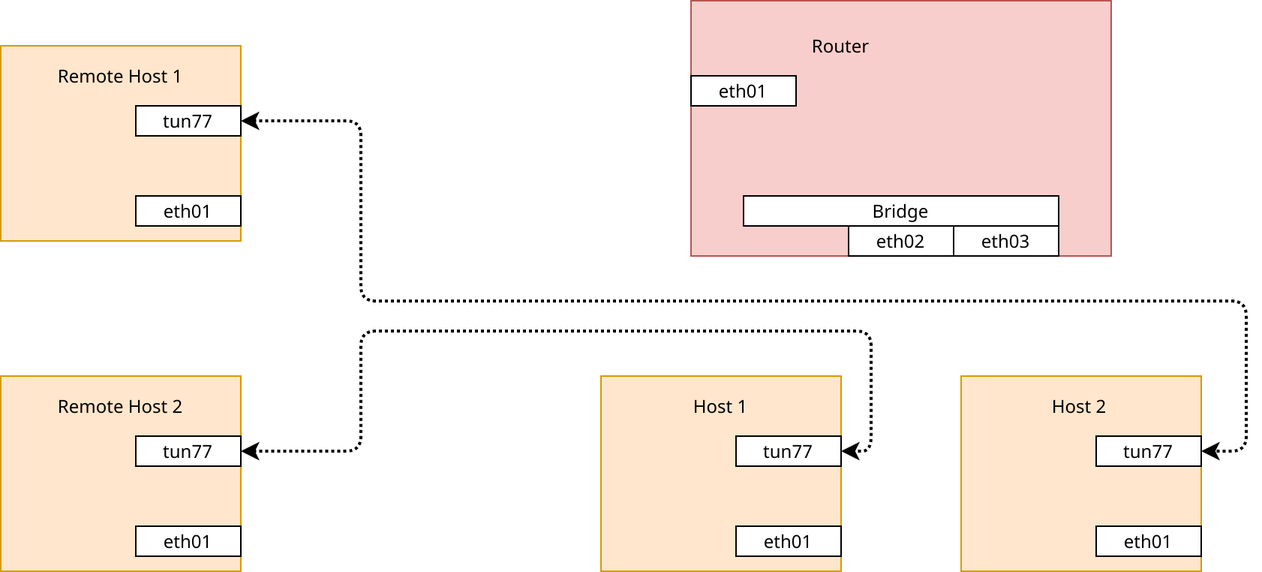
Earlier version of the draw.io export latex/tun_virtual.png (lucaswzyk/pres_tun_tap). Source tidied: cells renumbered, new cells last; positions are measured from the earlier drawing's top-left corner, leaving out a move shared by most shapes. Source of this version:
```xml
<mxGraphModel>
  <root>
    <mxCell id="0" />
    <mxCell id="1" parent="0" />
    <mxCell id="2" style="rounded=0;whiteSpace=wrap;html=1;fillColor=#f8cecc;strokeColor=#b85450;" parent="1" vertex="1">
      <mxGeometry x="460" width="280" height="170" as="geometry" />
    </mxCell>
    <mxCell id="3" value="Router" style="text;html=1;strokeColor=none;fillColor=none;align=center;verticalAlign=middle;whiteSpace=wrap;rounded=0;" parent="1" vertex="1">
      <mxGeometry x="520" y="20" width="80" height="20" as="geometry" />
    </mxCell>
    <mxCell id="4" value="eth02" style="rounded=0;whiteSpace=wrap;html=1;" parent="1" vertex="1">
      <mxGeometry x="565" y="150" width="70" height="20" as="geometry" />
    </mxCell>
    <mxCell id="5" value="Bridge" style="rounded=0;whiteSpace=wrap;html=1;" parent="1" vertex="1">
      <mxGeometry x="495" y="130" width="210" height="20" as="geometry" />
    </mxCell>
    <mxCell id="6" value="eth01" style="rounded=0;whiteSpace=wrap;html=1;" parent="1" vertex="1">
      <mxGeometry x="460" y="50" width="70" height="20" as="geometry" />
    </mxCell>
    <mxCell id="7" style="rounded=0;whiteSpace=wrap;html=1;fillColor=#ffe6cc;strokeColor=#d79b00;" parent="1" vertex="1">
      <mxGeometry y="30" width="160" height="130" as="geometry" />
    </mxCell>
    <mxCell id="8" value="Remote Host 1" style="text;html=1;strokeColor=none;fillColor=none;align=center;verticalAlign=middle;whiteSpace=wrap;rounded=0;" parent="1" vertex="1">
      <mxGeometry x="30" y="40" width="100" height="20" as="geometry" />
    </mxCell>
    <mxCell id="9" value="tun77" style="rounded=0;whiteSpace=wrap;html=1;" parent="1" vertex="1">
      <mxGeometry x="90" y="70" width="70" height="20" as="geometry" />
    </mxCell>
    <mxCell id="10" value="eth01" style="rounded=0;whiteSpace=wrap;html=1;" parent="1" vertex="1">
      <mxGeometry x="90" y="130" width="70" height="20" as="geometry" />
    </mxCell>
    <mxCell id="11" style="rounded=0;whiteSpace=wrap;html=1;fillColor=#ffe6cc;strokeColor=#d79b00;" parent="1" vertex="1">
      <mxGeometry y="250" width="160" height="130" as="geometry" />
    </mxCell>
    <mxCell id="12" value="Remote Host 2" style="text;html=1;strokeColor=none;fillColor=none;align=center;verticalAlign=middle;whiteSpace=wrap;rounded=0;" parent="1" vertex="1">
      <mxGeometry x="35" y="260" width="90" height="20" as="geometry" />
    </mxCell>
    <mxCell id="13" value="tun77" style="rounded=0;whiteSpace=wrap;html=1;" parent="1" vertex="1">
      <mxGeometry x="90" y="290" width="70" height="20" as="geometry" />
    </mxCell>
    <mxCell id="14" value="eth01" style="rounded=0;whiteSpace=wrap;html=1;" parent="1" vertex="1">
      <mxGeometry x="90" y="350" width="70" height="20" as="geometry" />
    </mxCell>
    <mxCell id="15" style="rounded=0;whiteSpace=wrap;html=1;fillColor=#ffe6cc;strokeColor=#d79b00;" parent="1" vertex="1">
      <mxGeometry x="400" y="250" width="160" height="130" as="geometry" />
    </mxCell>
    <mxCell id="16" value="Host 1" style="text;html=1;strokeColor=none;fillColor=none;align=center;verticalAlign=middle;whiteSpace=wrap;rounded=0;" parent="1" vertex="1">
      <mxGeometry x="435" y="260" width="90" height="20" as="geometry" />
    </mxCell>
    <mxCell id="17" value="tun77" style="rounded=0;whiteSpace=wrap;html=1;" parent="1" vertex="1">
      <mxGeometry x="490" y="290" width="70" height="20" as="geometry" />
    </mxCell>
    <mxCell id="18" value="eth01" style="rounded=0;whiteSpace=wrap;html=1;" parent="1" vertex="1">
      <mxGeometry x="490" y="350" width="70" height="20" as="geometry" />
    </mxCell>
    <mxCell id="19" style="rounded=0;whiteSpace=wrap;html=1;fillColor=#ffe6cc;strokeColor=#d79b00;" parent="1" vertex="1">
      <mxGeometry x="640" y="250" width="160" height="130" as="geometry" />
    </mxCell>
    <mxCell id="20" value="Host 2" style="text;html=1;strokeColor=none;fillColor=none;align=center;verticalAlign=middle;whiteSpace=wrap;rounded=0;" parent="1" vertex="1">
      <mxGeometry x="674" y="260" width="90" height="20" as="geometry" />
    </mxCell>
    <mxCell id="21" value="tun77" style="rounded=0;whiteSpace=wrap;html=1;" parent="1" vertex="1">
      <mxGeometry x="730" y="290" width="70" height="20" as="geometry" />
    </mxCell>
    <mxCell id="22" value="eth01" style="rounded=0;whiteSpace=wrap;html=1;" parent="1" vertex="1">
      <mxGeometry x="730" y="350" width="70" height="20" as="geometry" />
    </mxCell>
    <mxCell id="23" value="eth03" style="rounded=0;whiteSpace=wrap;html=1;" parent="1" vertex="1">
      <mxGeometry x="635" y="150" width="70" height="20" as="geometry" />
    </mxCell>
    <mxCell id="24" style="endArrow=classic;startArrow=classic;html=1;dashed=1;dashPattern=1 1;strokeColor=#000000;strokeWidth=2;exitX=1;exitY=0.5;exitDx=0;exitDy=0;" parent="1" edge="1">
      <mxGeometry relative="1" as="geometry">
        <mxPoint x="160" y="300" as="sourcePoint" />
        <mxPoint x="560" y="300" as="targetPoint" />
        <Array as="points">
          <mxPoint x="240" y="300" />
          <mxPoint x="240" y="220" />
          <mxPoint x="580" y="220" />
          <mxPoint x="580" y="300" />
        </Array>
      </mxGeometry>
    </mxCell>
    <mxCell id="25" style="endArrow=classic;startArrow=classic;html=1;dashed=1;dashPattern=1 1;strokeColor=#000000;strokeWidth=2;exitX=1;exitY=0.5;exitDx=0;exitDy=0;entryX=1;entryY=0.5;entryDx=0;entryDy=0;" parent="1" edge="1" source="9" target="21">
      <mxGeometry relative="1" as="geometry">
        <Array as="points">
          <mxPoint x="240" y="80" />
          <mxPoint x="240" y="200" />
          <mxPoint x="830" y="200" />
          <mxPoint x="830" y="300" />
        </Array>
      </mxGeometry>
    </mxCell>
  </root>
</mxGraphModel>
```
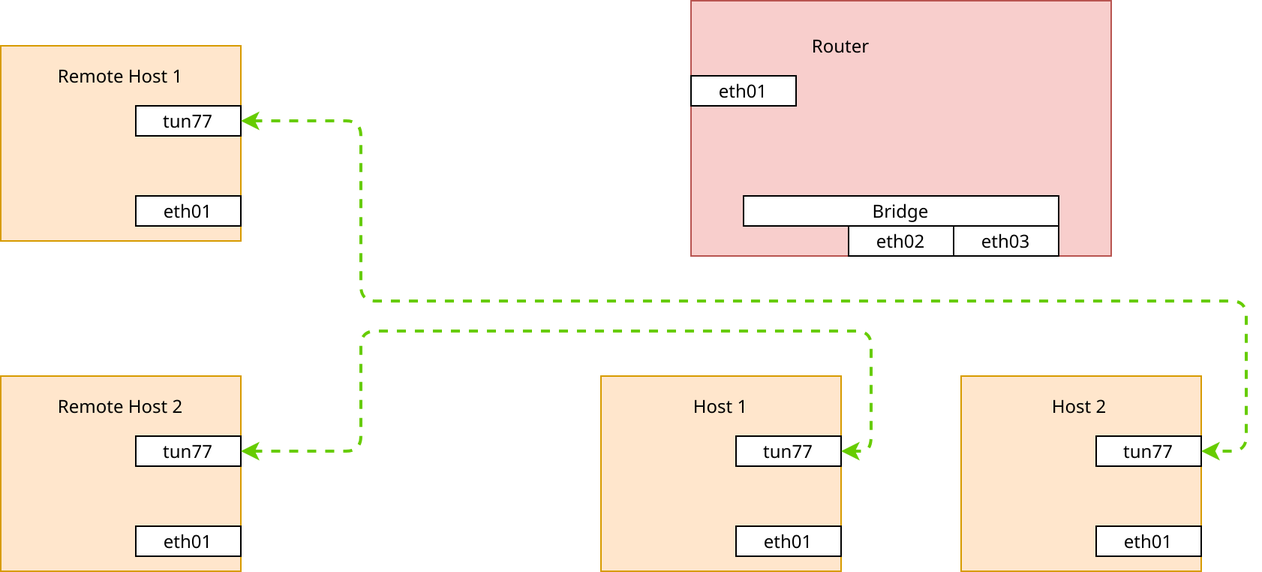
Later version of the same file.

Change to the diagram source:
```diff
@@ -68,7 +68,7 @@
     <mxCell id="23" value="eth03" style="rounded=0;whiteSpace=wrap;html=1;" parent="1" vertex="1">
       <mxGeometry x="635" y="150" width="70" height="20" as="geometry" />
     </mxCell>
-    <mxCell id="24" style="endArrow=classic;startArrow=classic;html=1;dashed=1;dashPattern=1 1;strokeColor=#000000;strokeWidth=2;exitX=1;exitY=0.5;exitDx=0;exitDy=0;" parent="1" edge="1">
+    <mxCell id="24" style="endArrow=classic;startArrow=classic;html=1;dashed=1;strokeColor=#66CC00;strokeWidth=2;exitX=1;exitY=0.5;exitDx=0;exitDy=0;" parent="1" edge="1">
       <mxGeometry relative="1" as="geometry">
         <mxPoint x="160" y="300" as="sourcePoint" />
         <mxPoint x="560" y="300" as="targetPoint" />
@@ -80,7 +80,7 @@
         </Array>
       </mxGeometry>
     </mxCell>
-    <mxCell id="25" style="endArrow=classic;startArrow=classic;html=1;dashed=1;dashPattern=1 1;strokeColor=#000000;strokeWidth=2;exitX=1;exitY=0.5;exitDx=0;exitDy=0;entryX=1;entryY=0.5;entryDx=0;entryDy=0;" parent="1" edge="1" source="9" target="21">
+    <mxCell id="25" style="endArrow=classic;startArrow=classic;html=1;dashed=1;strokeColor=#66CC00;strokeWidth=2;exitX=1;exitY=0.5;exitDx=0;exitDy=0;entryX=1;entryY=0.5;entryDx=0;entryDy=0;" parent="1" edge="1" source="9" target="21">
       <mxGeometry relative="1" as="geometry">
         <Array as="points">
           <mxPoint x="240" y="80" />
```
